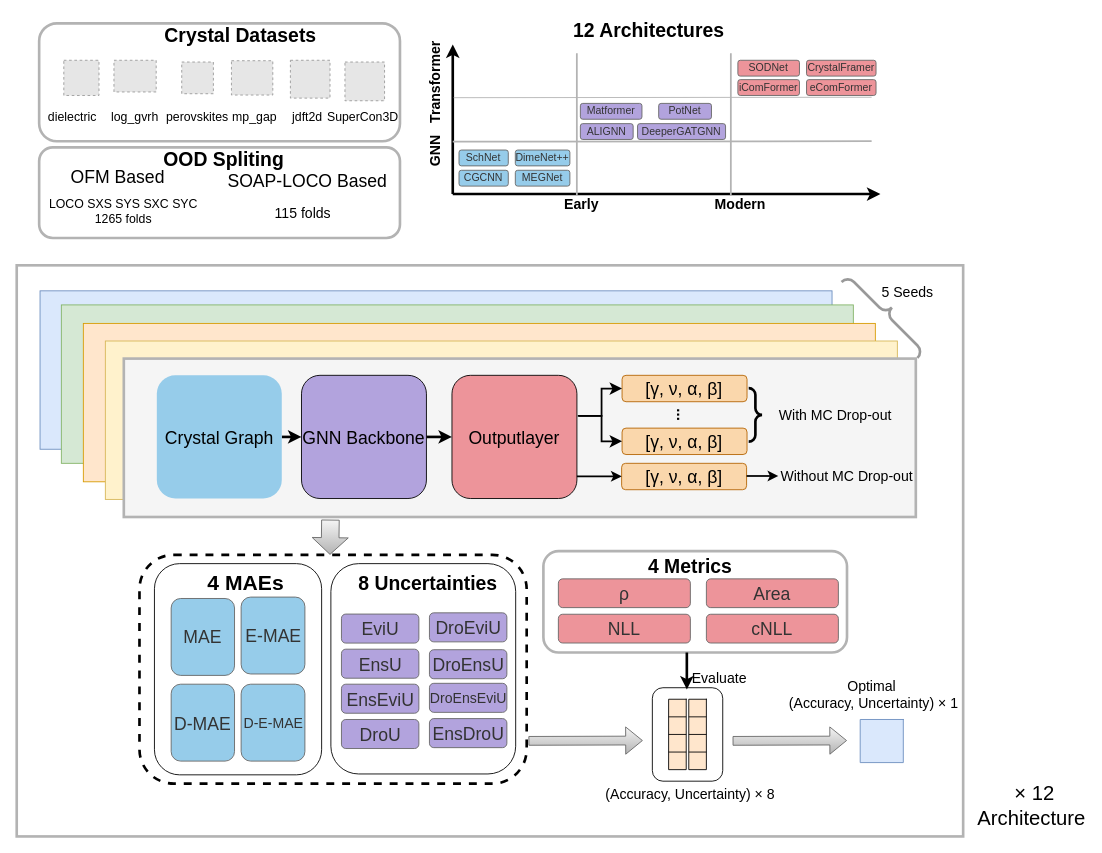
Earlier version of the draw.io diagram draw.io/MatUQ-frame.drawio (tetean/image-host). Source tidied: cells renumbered, new cells numbered last; positions are measured from the earlier drawing's top-left corner, leaving out a move shared by most shapes. Both pictures are drawn from the tidied source at 88%, with x=0, y=0 at pixel (16, 18). Pictures stored in the file or linked from it are replaced by grey dashed boxes.
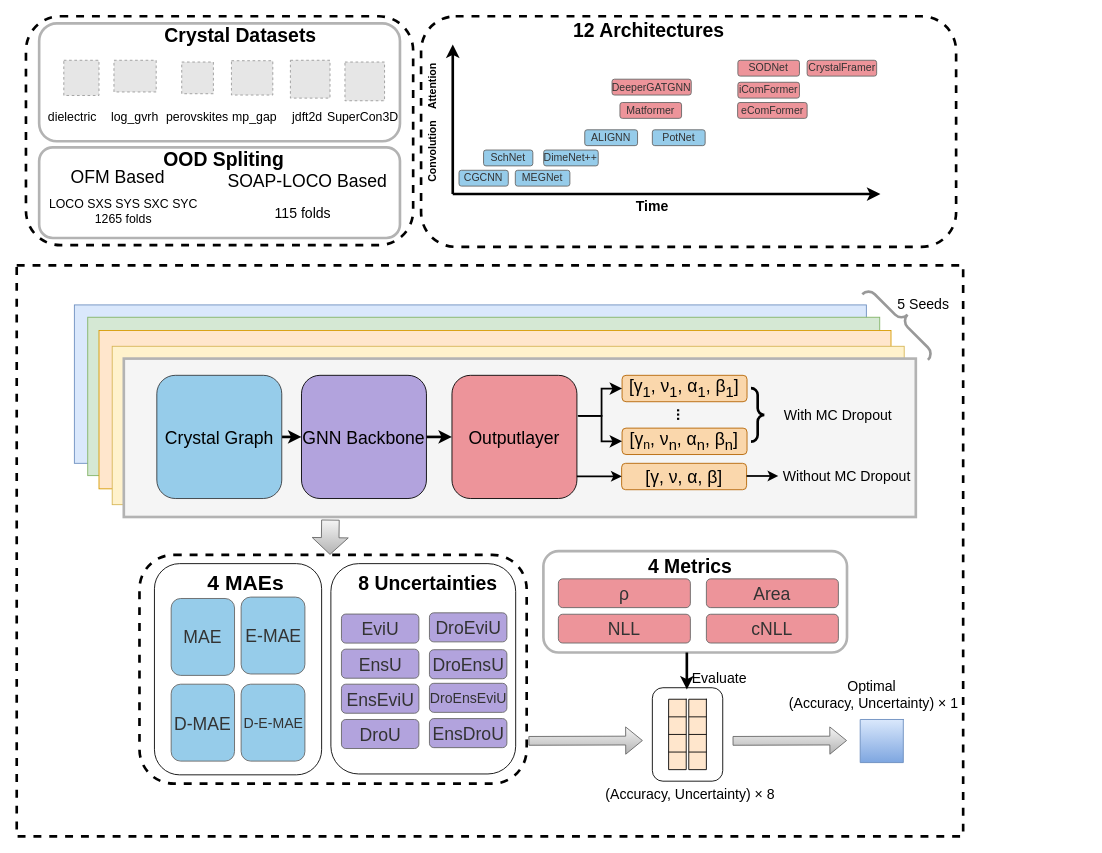
After the change.

Change to the diagram source:
```diff
@@
+    <mxCell id="122" style="rounded=1;whiteSpace=wrap;html=1;strokeWidth=3;dashed=1;" parent="1" vertex="1">
+      <mxGeometry x="460" y="-2" width="608" height="262" as="geometry" />
+    </mxCell>
+    <mxCell id="123" style="rounded=1;whiteSpace=wrap;html=1;strokeWidth=3;dashed=1;" parent="1" vertex="1">
+      <mxGeometry x="11" y="-2" width="440" height="260" as="geometry" />
+    </mxCell>
-    <mxCell id="2" style="rounded=0;whiteSpace=wrap;html=1;strokeWidth=3;strokeColor=light-dark(#B3B3B3,#B3B3B3);" parent="1" vertex="1">
+    <mxCell id="2" style="rounded=0;whiteSpace=wrap;html=1;strokeWidth=3;strokeColor=light-dark(#000000,#B3B3B3);dashed=1;" parent="1" vertex="1">
       <mxGeometry x="0.5" y="281" width="1075.5" height="649" as="geometry" />
     </mxCell>
@@
     <mxCell id="10" value="&lt;span style=&quot;&quot;&gt;SchNet&lt;/span&gt;" style="rounded=1;whiteSpace=wrap;html=1;rotation=0;labelBackgroundColor=none;fillColor=#96CCEA;fontColor=#333333;strokeColor=#666666;" parent="1" vertex="1">
-      <mxGeometry x="503.1" y="150" width="56" height="18" as="geometry" />
+      <mxGeometry x="531" y="150" width="56" height="18" as="geometry" />
     </mxCell>
@@
-    <mxCell id="12" value="ALIGNN" style="rounded=1;whiteSpace=wrap;html=1;rotation=0;labelBackgroundColor=none;fillColor=#B2A3DD;fontColor=#333333;strokeColor=#666666;" parent="1" vertex="1">
-      <mxGeometry x="641" y="120" width="60" height="18" as="geometry" />
+    <mxCell id="12" value="ALIGNN" style="rounded=1;whiteSpace=wrap;html=1;rotation=0;labelBackgroundColor=none;fillColor=light-dark(#96ccea, #615486);fontColor=#333333;strokeColor=#666666;" parent="1" vertex="1">
+      <mxGeometry x="646" y="127" width="60" height="18" as="geometry" />
     </mxCell>
-    <mxCell id="13" value="PotNet" style="rounded=1;whiteSpace=wrap;html=1;rotation=0;labelBackgroundColor=none;fillColor=#B2A3DD;fontColor=#333333;strokeColor=#666666;" parent="1" vertex="1">
-      <mxGeometry x="730" y="97" width="60" height="18" as="geometry" />
+    <mxCell id="13" value="PotNet" style="rounded=1;whiteSpace=wrap;html=1;rotation=0;labelBackgroundColor=none;fillColor=light-dark(#96ccea, #615486);fontColor=#333333;strokeColor=#666666;" parent="1" vertex="1">
+      <mxGeometry x="722.8" y="127" width="60" height="18" as="geometry" />
     </mxCell>
     <mxCell id="14" value="iComFormer" style="rounded=1;whiteSpace=wrap;html=1;rotation=0;labelBackgroundColor=none;fillColor=#ED949A;fontColor=#333333;strokeColor=#666666;" parent="1" vertex="1">
-      <mxGeometry x="820" y="70" width="70" height="18" as="geometry" />
+      <mxGeometry x="820" y="73" width="70" height="18" as="geometry" />
     </mxCell>
     <mxCell id="15" value="eComFormer" style="rounded=1;whiteSpace=wrap;html=1;rotation=0;labelBackgroundColor=none;fillColor=#ED949A;fontColor=#333333;strokeColor=#666666;" parent="1" vertex="1">
-      <mxGeometry x="898" y="70" width="79" height="18" as="geometry" />
+      <mxGeometry x="819.7" y="96" width="79" height="18" as="geometry" />
     </mxCell>
-    <mxCell id="16" value="DeeperGATGNN" style="rounded=1;whiteSpace=wrap;html=1;rotation=0;labelBackgroundColor=none;fillColor=#B2A3DD;fontColor=#333333;strokeColor=#666666;" parent="1" vertex="1">
-      <mxGeometry x="706" y="120" width="100" height="18" as="geometry" />
+    <mxCell id="16" value="DeeperGATGNN" style="rounded=1;whiteSpace=wrap;html=1;rotation=0;labelBackgroundColor=none;fillColor=light-dark(#ed949a, #615486);fontColor=#333333;strokeColor=#666666;" parent="1" vertex="1">
+      <mxGeometry x="677" y="69.5" width="90" height="18" as="geometry" />
     </mxCell>
-    <mxCell id="17" value="Matformer" style="rounded=1;whiteSpace=wrap;html=1;rotation=0;labelBackgroundColor=none;fillColor=#B2A3DD;fontColor=#333333;strokeColor=#666666;" parent="1" vertex="1">
-      <mxGeometry x="641" y="97" width="70" height="18" as="geometry" />
+    <mxCell id="17" value="Matformer" style="rounded=1;whiteSpace=wrap;html=1;rotation=0;labelBackgroundColor=none;fillColor=light-dark(#ed949a, #615486);fontColor=#333333;strokeColor=#666666;" parent="1" vertex="1">
+      <mxGeometry x="686" y="96" width="70" height="18" as="geometry" />
     </mxCell>
@@
     <mxCell id="19" value="CrystalFramer" style="rounded=1;whiteSpace=wrap;html=1;rotation=0;labelBackgroundColor=none;fillColor=#ED949A;fontColor=#333333;strokeColor=#666666;" parent="1" vertex="1">
-      <mxGeometry x="898" y="48" width="79" height="18" as="geometry" />
+      <mxGeometry x="898.7" y="48" width="79" height="18" as="geometry" />
     </mxCell>
-    <mxCell id="20" style="endArrow=none;html=1;rounded=0;strokeColor=light-dark(#B3B3B3,#B3B3B3);strokeWidth=2;" parent="1" edge="1">
-      <mxGeometry relative="1" as="geometry">
-        <mxPoint x="496" y="140.5" as="sourcePoint" />
-        <mxPoint x="972" y="140" as="targetPoint" />
-      </mxGeometry>
-    </mxCell>
     <mxCell id="21" value="DimeNet++" style="rounded=1;whiteSpace=wrap;html=1;rotation=0;labelBackgroundColor=none;fillColor=#96CCEA;fontColor=#333333;strokeColor=#666666;" parent="1" vertex="1">
-      <mxGeometry x="567.1" y="150" width="62" height="18" as="geometry" />
+      <mxGeometry x="599.3" y="150" width="62" height="18" as="geometry" />
     </mxCell>
-    <mxCell id="22" style="endArrow=none;html=1;rounded=0;strokeColor=#B3B3B3;" parent="1" edge="1">
-      <mxGeometry relative="1" as="geometry">
-        <mxPoint x="497" y="90.5" as="sourcePoint" />
-        <mxPoint x="972" y="90" as="targetPoint" />
-      </mxGeometry>
-    </mxCell>
-    <mxCell id="23" style="endArrow=none;html=1;rounded=0;fillColor=#f5f5f5;strokeColor=light-dark(#B3B3B3,#B3B3B3);strokeWidth=2;" parent="1" edge="1">
-      <mxGeometry relative="1" as="geometry">
-        <mxPoint x="637" y="201.5" as="sourcePoint" />
-        <mxPoint x="637" y="40" as="targetPoint" />
-      </mxGeometry>
-    </mxCell>
-    <mxCell id="24" style="endArrow=none;html=1;rounded=0;strokeColor=light-dark(#B3B3B3,#B3B3B3);strokeWidth=2;" parent="1" edge="1">
-      <mxGeometry relative="1" as="geometry">
-        <mxPoint x="812" y="201.5" as="sourcePoint" />
-        <mxPoint x="812" y="40" as="targetPoint" />
-      </mxGeometry>
-    </mxCell>
-    <mxCell id="25" value="&lt;span style=&quot;color: rgb(0, 0, 0); font-family: Helvetica; font-style: normal; font-variant-ligatures: normal; font-variant-caps: normal; letter-spacing: normal; orphans: 2; text-align: center; text-indent: 0px; text-transform: none; widows: 2; word-spacing: 0px; -webkit-text-stroke-width: 0px; white-space: normal; text-decoration-thickness: initial; text-decoration-style: initial; text-decoration-color: initial; float: none; display: inline !important;&quot;&gt;&lt;b&gt;Early&lt;/b&gt;&lt;/span&gt;" style="text;whiteSpace=wrap;html=1;fontSize=16;" parent="1" vertex="1">
-      <mxGeometry x="620.5" y="196" width="39.5" height="24" as="geometry" />
-    </mxCell>
-    <mxCell id="26" value="&lt;b&gt;GNN&lt;/b&gt;" style="text;html=1;whiteSpace=wrap;strokeColor=none;fillColor=none;align=center;verticalAlign=middle;rounded=0;rotation=-90;fontSize=16;" parent="1" vertex="1">
-      <mxGeometry x="436" y="136" width="80" height="30" as="geometry" />
+    <mxCell id="26" value="&lt;b style=&quot;&quot;&gt;&lt;font style=&quot;font-size: 12px;&quot;&gt;Convolution&amp;nbsp;&lt;/font&gt;&lt;/b&gt;" style="text;html=1;whiteSpace=wrap;strokeColor=none;fillColor=none;align=center;verticalAlign=middle;rounded=0;rotation=-90;fontSize=16;" parent="1" vertex="1">
+      <mxGeometry x="431" y="135" width="80" height="30" as="geometry" />
     </mxCell>
-    <mxCell id="27" value="&lt;b&gt;Transformer&lt;/b&gt;" style="text;html=1;whiteSpace=wrap;strokeColor=none;fillColor=none;align=center;verticalAlign=middle;rounded=0;rotation=-90;fontSize=16;" parent="1" vertex="1">
-      <mxGeometry x="436" y="58" width="80" height="30" as="geometry" />
-    </mxCell>
-    <mxCell id="28" value="&lt;span style=&quot;color: rgb(0, 0, 0); font-family: Helvetica; font-style: normal; font-variant-ligatures: normal; font-variant-caps: normal; letter-spacing: normal; orphans: 2; text-align: center; text-indent: 0px; text-transform: none; widows: 2; word-spacing: 0px; -webkit-text-stroke-width: 0px; white-space: normal; text-decoration-thickness: initial; text-decoration-style: initial; text-decoration-color: initial; float: none; display: inline !important;&quot;&gt;&lt;b&gt;Modern&lt;/b&gt;&lt;/span&gt;" style="text;whiteSpace=wrap;html=1;fontSize=16;" parent="1" vertex="1">
-      <mxGeometry x="792" y="196" width="60" height="30" as="geometry" />
-    </mxCell>
@@
-    <mxCell id="67" style="shape=table;startSize=0;childLayout=tableLayout;fontSize=12;direction=east;flipH=1;fillColor=#dae8fc;strokeColor=#6c8ebf;" parent="1" vertex="1">
+    <mxCell id="67" style="shape=table;startSize=0;childLayout=tableLayout;fontSize=12;direction=east;flipH=1;fillColor=#dae8fc;strokeColor=#6c8ebf;gradientColor=#7ea6e0;" parent="1" vertex="1">
       <mxGeometry x="959" y="797.1" width="49" height="49" as="geometry" />
     </mxCell>
@@
     <mxCell id="97" style="rounded=0;whiteSpace=wrap;html=1;fillColor=#dae8fc;strokeColor=#6c8ebf;" parent="1" vertex="1">
-      <mxGeometry x="27" y="310" width="900" height="180" as="geometry" />
+      <mxGeometry x="66" y="326" width="900" height="180" as="geometry" />
     </mxCell>
     <mxCell id="98" style="rounded=0;whiteSpace=wrap;html=1;fillColor=#d5e8d4;strokeColor=#82b366;" parent="1" vertex="1">
-      <mxGeometry x="51.2" y="326" width="900" height="180" as="geometry" />
+      <mxGeometry x="81.2" y="340" width="900" height="180" as="geometry" />
     </mxCell>
     <mxCell id="99" style="rounded=0;whiteSpace=wrap;html=1;fillColor=#ffe6cc;strokeColor=#d79b00;" parent="1" vertex="1">
-      <mxGeometry x="76.2" y="347" width="900" height="180" as="geometry" />
+      <mxGeometry x="94" y="355" width="900" height="180" as="geometry" />
     </mxCell>
     <mxCell id="100" style="rounded=0;whiteSpace=wrap;html=1;fillColor=#fff2cc;strokeColor=#d6b656;" parent="1" vertex="1">
-      <mxGeometry x="101.2" y="367" width="900" height="180" as="geometry" />
+      <mxGeometry x="109" y="373" width="900" height="180" as="geometry" />
     </mxCell>
@@
     <mxCell id="102" value="&lt;font style=&quot;font-size: 16px;&quot;&gt;5 Seeds&lt;/font&gt;" style="text;html=1;whiteSpace=wrap;strokeColor=none;fillColor=none;align=center;verticalAlign=middle;rounded=0;rotation=0;" parent="1" vertex="1">
-      <mxGeometry x="976" y="296" width="74" height="30" as="geometry" />
+      <mxGeometry x="994" y="310" width="74" height="30" as="geometry" />
     </mxCell>
     <mxCell id="103" style="verticalLabelPosition=bottom;shadow=0;dashed=0;align=center;html=1;verticalAlign=top;strokeWidth=3;shape=mxgraph.mockup.markup.curlyBrace;whiteSpace=wrap;strokeColor=#999999;rotation=45;" parent="1" vertex="1">
-      <mxGeometry x="927" y="326" width="122" height="20" as="geometry" />
+      <mxGeometry x="953" y="334.1" width="105.5" height="20" as="geometry" />
     </mxCell>
@@
-    <mxCell id="105" value="&lt;font style=&quot;font-size: 20px;&quot;&gt;Crystal Graph&lt;/font&gt;" style="rounded=1;whiteSpace=wrap;html=1;direction=south;rotation=0;strokeColor=none;fillColor=light-dark(#96ccea, #ededed);" parent="1" vertex="1">
+    <mxCell id="105" value="&lt;font style=&quot;font-size: 20px;&quot;&gt;Crystal Graph&lt;/font&gt;" style="rounded=1;whiteSpace=wrap;html=1;direction=south;rotation=0;fillColor=light-dark(#96ccea, #182e44);strokeColor=#36393d;" parent="1" vertex="1">
       <mxGeometry x="159.7" y="406" width="142" height="140" as="geometry" />
     </mxCell>
@@
-    <mxCell id="109" value="&lt;font style=&quot;font-size: 20px;&quot;&gt;[γ, ν, α, β]&lt;/font&gt;" style="rounded=1;whiteSpace=wrap;html=1;direction=south;rotation=0;fillColor=#fad7ac;strokeColor=#b46504;" parent="1" vertex="1">
+    <mxCell id="109" value="&lt;font style=&quot;font-size: 20px;&quot;&gt;[γ&lt;sub&gt;1&lt;/sub&gt;, ν&lt;sub&gt;1&lt;/sub&gt;, α&lt;sub&gt;1&lt;/sub&gt;, β&lt;sub&gt;1&lt;/sub&gt;]&lt;/font&gt;" style="rounded=1;whiteSpace=wrap;html=1;direction=south;rotation=0;fillColor=#fad7ac;strokeColor=#b46504;" parent="1" vertex="1">
       <mxGeometry x="688.4" y="406" width="142" height="30" as="geometry" />
     </mxCell>
-    <mxCell id="110" value="&lt;font style=&quot;font-size: 20px;&quot;&gt;[γ, ν, α, β]&lt;/font&gt;" style="rounded=1;whiteSpace=wrap;html=1;direction=south;rotation=0;fillColor=#fad7ac;strokeColor=#b46504;" parent="1" vertex="1">
+    <mxCell id="110" value="&lt;font style=&quot;font-size: 20px;&quot;&gt;[γ&lt;/font&gt;&lt;font style=&quot;font-size: 16.6667px;&quot;&gt;&lt;sub&gt;n&lt;/sub&gt;&lt;/font&gt;&lt;font style=&quot;&quot;&gt;&lt;span style=&quot;font-size: 20px;&quot;&gt;, ν&lt;sub&gt;n&lt;/sub&gt;, α&lt;sub&gt;n&lt;/sub&gt;, β&lt;sub&gt;n&lt;/sub&gt;]&lt;/span&gt;&lt;/font&gt;" style="rounded=1;whiteSpace=wrap;html=1;direction=south;rotation=0;fillColor=#fad7ac;strokeColor=#b46504;" parent="1" vertex="1">
       <mxGeometry x="688.4" y="466" width="142" height="30" as="geometry" />
     </mxCell>
@@
     <mxCell id="112" style="verticalLabelPosition=bottom;shadow=0;dashed=0;align=center;html=1;verticalAlign=top;strokeWidth=3;shape=mxgraph.mockup.markup.curlyBrace;whiteSpace=wrap;strokeColor=#000000;rotation=90;fillColor=#f5f5f5;fontColor=#333333;" parent="1" vertex="1">
-      <mxGeometry x="809.5" y="443" width="60.8" height="16" as="geometry" />
+      <mxGeometry x="812.1" y="440.4" width="60.8" height="21.2" as="geometry" />
     </mxCell>
-    <mxCell id="113" value="&lt;font style=&quot;font-size: 16px;&quot;&gt;Without MC Drop-out&lt;/font&gt;" style="text;html=1;whiteSpace=wrap;strokeColor=none;fillColor=none;align=center;verticalAlign=middle;rounded=0;" parent="1" vertex="1">
+    <mxCell id="113" value="&lt;font style=&quot;font-size: 16px;&quot;&gt;Without MC Dropout&lt;/font&gt;" style="text;html=1;whiteSpace=wrap;strokeColor=none;fillColor=none;align=center;verticalAlign=middle;rounded=0;" parent="1" vertex="1">
       <mxGeometry x="843.9" y="506" width="200" height="30" as="geometry" />
     </mxCell>
-    <mxCell id="114" value="&lt;font style=&quot;font-size: 16px;&quot;&gt;With MC Drop-out&lt;/font&gt;" style="text;html=1;whiteSpace=wrap;strokeColor=none;fillColor=none;align=center;verticalAlign=middle;rounded=0;" parent="1" vertex="1">
-      <mxGeometry x="846.1" y="436" width="170" height="30" as="geometry" />
+    <mxCell id="114" value="&lt;font style=&quot;font-size: 16px;&quot;&gt;With MC Dropout&lt;/font&gt;" style="text;html=1;whiteSpace=wrap;strokeColor=none;fillColor=none;align=center;verticalAlign=middle;rounded=0;" parent="1" vertex="1">
+      <mxGeometry x="849" y="436" width="170" height="30" as="geometry" />
     </mxCell>
@@
-    <mxCell id="121" value="&lt;font style=&quot;font-size: 23px;&quot;&gt;&amp;nbsp;× 12&lt;/font&gt;&lt;div&gt;&lt;font style=&quot;font-size: 23px;&quot;&gt;Architecture&lt;/font&gt;&lt;/div&gt;" style="text;html=1;whiteSpace=wrap;strokeColor=none;fillColor=none;align=center;verticalAlign=middle;rounded=0;rotation=0;" parent="1" vertex="1">
-      <mxGeometry x="1091" y="880" width="126" height="30" as="geometry" />
-    </mxCell>
+    <mxCell id="124" value="&lt;div style=&quot;text-align: center;&quot;&gt;&lt;span style=&quot;background-color: transparent; color: light-dark(rgb(0, 0, 0), rgb(255, 255, 255));&quot;&gt;&lt;b style=&quot;&quot;&gt;&lt;font&gt;Attention&lt;/font&gt;&lt;/b&gt;&lt;/span&gt;&lt;/div&gt;" style="text;whiteSpace=wrap;html=1;rotation=-90;" parent="1" vertex="1">
+      <mxGeometry x="450" y="36" width="80" height="60" as="geometry" />
+    </mxCell>
+    <mxCell id="125" value="&lt;b style=&quot;&quot;&gt;&lt;font&gt;Time&lt;/font&gt;&lt;/b&gt;" style="text;html=1;whiteSpace=wrap;strokeColor=none;fillColor=none;align=center;verticalAlign=middle;rounded=0;rotation=0;fontSize=16;" parent="1" vertex="1">
+      <mxGeometry x="683" y="206" width="80" height="15" as="geometry" />
+    </mxCell>
```
